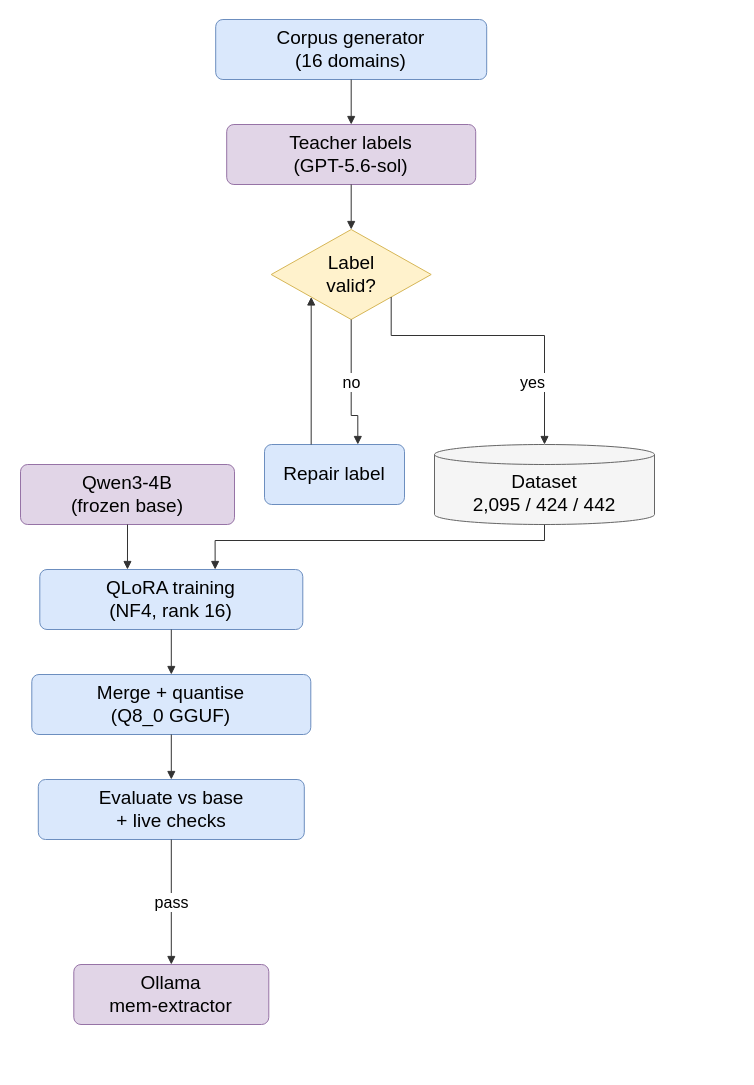
This is report/diagrams/module-5-model-training.drawio from aryaniyaps/sdp-2026, a draw.io file, before an edit. Source tidied: cells renumbered, new cells numbered last; positions are measured from the earlier drawing's top-left corner, leaving out a move shared by most shapes. Both pictures are drawn from the tidied source at 100%, with x=0, y=0 at pixel (20, 19).
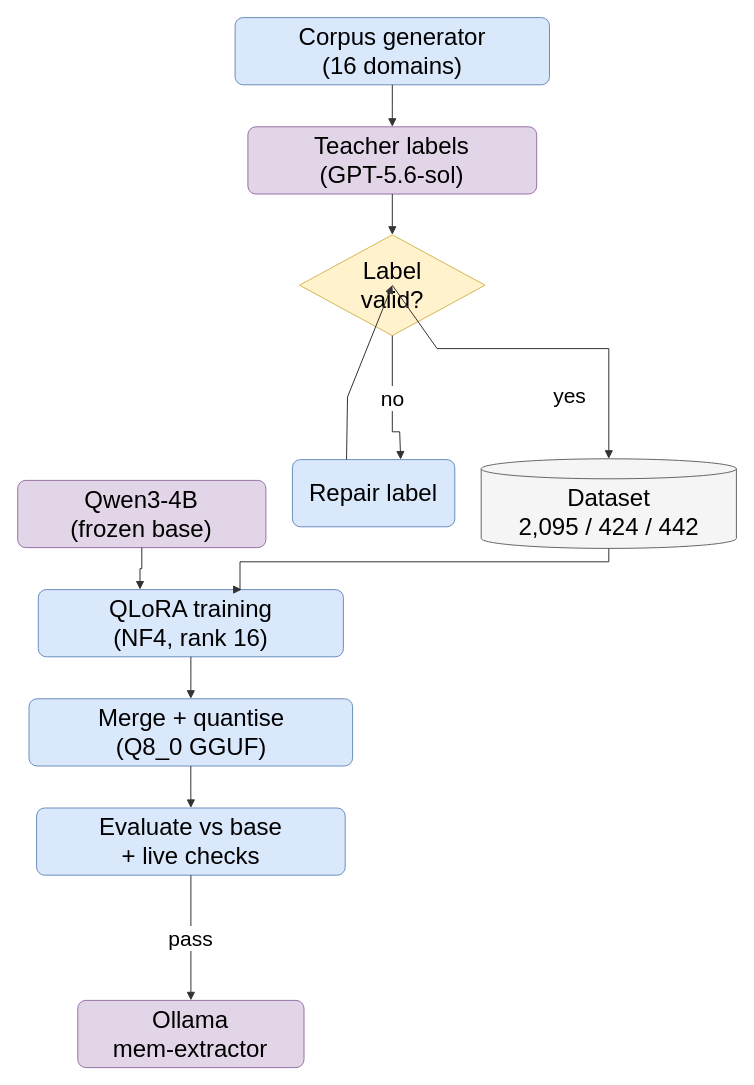
After the change.

The edit, as a diff of the source:
```diff
@@
-    <mxCell id="2" value="Corpus generator&lt;br&gt;(16 domains)" style="rounded=1;arcSize=12;fillColor=#dae8fc;strokeColor=#6c8ebf;fontSize=19;fontFamily=Helvetica;whiteSpace=wrap;html=1;" parent="1" vertex="1">
-      <mxGeometry x="195.2" width="271" height="60" as="geometry" />
+    <mxCell id="2" value="Corpus generator&lt;br&gt;(16 domains)" style="rounded=1;arcSize=12;fillColor=#dae8fc;strokeColor=#6c8ebf;fontSize=24;fontFamily=Helvetica;whiteSpace=wrap;html=1;" parent="1" vertex="1">
+      <mxGeometry x="214.6" y="-1.9" width="314.4" height="67.2" as="geometry" />
     </mxCell>
-    <mxCell id="3" value="Teacher labels&lt;br&gt;(GPT-5.6-sol)" style="rounded=1;arcSize=12;fillColor=#e1d5e7;strokeColor=#9673a6;fontSize=19;fontFamily=Helvetica;whiteSpace=wrap;html=1;" parent="1" vertex="1">
-      <mxGeometry x="206.2" y="105" width="249" height="60" as="geometry" />
+    <mxCell id="3" value="Teacher labels&lt;br&gt;(GPT-5.6-sol)" style="rounded=1;arcSize=12;fillColor=#e1d5e7;strokeColor=#9673a6;fontSize=24;fontFamily=Helvetica;whiteSpace=wrap;html=1;" parent="1" vertex="1">
+      <mxGeometry x="227.4" y="107.3" width="288.8" height="67.2" as="geometry" />
     </mxCell>
-    <mxCell id="4" value="Label&lt;br&gt;valid?" style="rhombus;fillColor=#fff2cc;strokeColor=#d6b656;fontSize=19;fontFamily=Helvetica;whiteSpace=wrap;html=1;" parent="1" vertex="1">
-      <mxGeometry x="250.7" y="210" width="160" height="90" as="geometry" />
+    <mxCell id="4" value="Label&lt;br&gt;valid?" style="rhombus;fillColor=#fff2cc;strokeColor=#d6b656;fontSize=24;fontFamily=Helvetica;whiteSpace=wrap;html=1;" parent="1" vertex="1">
+      <mxGeometry x="279" y="215.3" width="185.6" height="100.8" as="geometry" />
     </mxCell>
-    <mxCell id="5" value="Repair label" style="rounded=1;arcSize=12;fillColor=#dae8fc;strokeColor=#6c8ebf;fontSize=19;fontFamily=Helvetica;whiteSpace=wrap;html=1;" parent="1" vertex="1">
-      <mxGeometry x="244" y="425" width="140" height="60" as="geometry" />
+    <mxCell id="5" value="Repair label" style="rounded=1;arcSize=12;fillColor=#dae8fc;strokeColor=#6c8ebf;fontSize=24;fontFamily=Helvetica;whiteSpace=wrap;html=1;" parent="1" vertex="1">
+      <mxGeometry x="271.9" y="440.1" width="162.4" height="67.2" as="geometry" />
     </mxCell>
-    <mxCell id="6" value="Dataset&lt;br&gt;2,095 / 424 / 442" style="shape=cylinder3;boundedLbl=1;backgroundOutline=1;size=10;fillColor=#f5f5f5;strokeColor=#666666;fontSize=19;fontFamily=Helvetica;whiteSpace=wrap;html=1;" parent="1" vertex="1">
-      <mxGeometry x="414" y="425" width="220" height="80" as="geometry" />
+    <mxCell id="6" value="Dataset&lt;br&gt;2,095 / 424 / 442" style="shape=cylinder3;boundedLbl=1;backgroundOutline=1;size=10;fillColor=#f5f5f5;strokeColor=#666666;fontSize=24;fontFamily=Helvetica;whiteSpace=wrap;html=1;" parent="1" vertex="1">
+      <mxGeometry x="460.7" y="439.3" width="255.2" height="89.6" as="geometry" />
     </mxCell>
-    <mxCell id="7" value="Qwen3-4B&lt;br&gt;(frozen base)" style="rounded=1;arcSize=12;fillColor=#e1d5e7;strokeColor=#9673a6;fontSize=19;fontFamily=Helvetica;whiteSpace=wrap;html=1;" parent="1" vertex="1">
-      <mxGeometry y="445" width="214" height="60" as="geometry" />
+    <mxCell id="7" value="Qwen3-4B&lt;br&gt;(frozen base)" style="rounded=1;arcSize=12;fillColor=#e1d5e7;strokeColor=#9673a6;fontSize=24;fontFamily=Helvetica;whiteSpace=wrap;html=1;" parent="1" vertex="1">
+      <mxGeometry x="-2.8" y="460.9" width="248.2" height="67.2" as="geometry" />
     </mxCell>
-    <mxCell id="8" value="QLoRA training&lt;br&gt;(NF4, rank 16)" style="rounded=1;arcSize=12;fillColor=#dae8fc;strokeColor=#6c8ebf;fontSize=19;fontFamily=Helvetica;whiteSpace=wrap;html=1;" parent="1" vertex="1">
-      <mxGeometry x="19.3" y="550" width="263" height="60" as="geometry" />
+    <mxCell id="8" value="QLoRA training&lt;br&gt;(NF4, rank 16)" style="rounded=1;arcSize=12;fillColor=#dae8fc;strokeColor=#6c8ebf;fontSize=24;fontFamily=Helvetica;whiteSpace=wrap;html=1;" parent="1" vertex="1">
+      <mxGeometry x="17.8" y="570.1" width="305.1" height="67.2" as="geometry" />
     </mxCell>
-    <mxCell id="9" value="Merge + quantise&lt;br&gt;(Q8_0 GGUF)" style="rounded=1;arcSize=12;fillColor=#dae8fc;strokeColor=#6c8ebf;fontSize=19;fontFamily=Helvetica;whiteSpace=wrap;html=1;" parent="1" vertex="1">
-      <mxGeometry x="11.3" y="655" width="279" height="60" as="geometry" />
+    <mxCell id="9" value="Merge + quantise&lt;br&gt;(Q8_0 GGUF)" style="rounded=1;arcSize=12;fillColor=#dae8fc;strokeColor=#6c8ebf;fontSize=24;fontFamily=Helvetica;whiteSpace=wrap;html=1;" parent="1" vertex="1">
+      <mxGeometry x="8.5" y="679.3" width="323.6" height="67.2" as="geometry" />
     </mxCell>
-    <mxCell id="10" value="Evaluate vs base&lt;br&gt;+ live checks" style="rounded=1;arcSize=12;fillColor=#dae8fc;strokeColor=#6c8ebf;fontSize=19;fontFamily=Helvetica;whiteSpace=wrap;html=1;" parent="1" vertex="1">
-      <mxGeometry x="17.8" y="760" width="266" height="60" as="geometry" />
+    <mxCell id="10" value="Evaluate vs base&lt;br&gt;+ live checks" style="rounded=1;arcSize=12;fillColor=#dae8fc;strokeColor=#6c8ebf;fontSize=24;fontFamily=Helvetica;whiteSpace=wrap;html=1;" parent="1" vertex="1">
+      <mxGeometry x="16.1" y="788.5" width="308.6" height="67.2" as="geometry" />
     </mxCell>
-    <mxCell id="11" value="Ollama&lt;br&gt;mem-extractor" style="rounded=1;arcSize=12;fillColor=#e1d5e7;strokeColor=#9673a6;fontSize=19;fontFamily=Helvetica;whiteSpace=wrap;html=1;" parent="1" vertex="1">
-      <mxGeometry x="53.3" y="945" width="195" height="60" as="geometry" />
+    <mxCell id="11" value="Ollama&lt;br&gt;mem-extractor" style="rounded=1;arcSize=12;fillColor=#e1d5e7;strokeColor=#9673a6;fontSize=24;fontFamily=Helvetica;whiteSpace=wrap;html=1;" parent="1" vertex="1">
+      <mxGeometry x="57.3" y="980.9" width="226.2" height="67.2" as="geometry" />
     </mxCell>
-    <mxCell id="12" style="rounded=0;html=1;endArrow=block;endFill=1;strokeColor=#333333;fontSize=16;labelBackgroundColor=#ffffff;exitX=0.5;exitY=1;entryX=0.5;entryY=0;edgeStyle=orthogonalEdgeStyle;" parent="1" edge="1" source="2" target="3">
+    <mxCell id="12" style="rounded=0;html=1;endArrow=block;endFill=1;strokeColor=#333333;fontSize=21;labelBackgroundColor=#ffffff;exitX=0.5;exitY=1;entryX=0.5;entryY=0;edgeStyle=orthogonalEdgeStyle;" parent="1" edge="1" source="2" target="3">
       <mxGeometry relative="1" as="geometry">
         <Array as="points">
-          <mxPoint x="330.7" y="82.5" />
+          <mxPoint x="371.8" y="86.3" />
         </Array>
       </mxGeometry>
     </mxCell>
-    <mxCell id="13" style="rounded=0;html=1;endArrow=block;endFill=1;strokeColor=#333333;fontSize=16;labelBackgroundColor=#ffffff;exitX=0.5;exitY=1;entryX=0.5;entryY=0;edgeStyle=orthogonalEdgeStyle;" parent="1" edge="1" source="3" target="4">
+    <mxCell id="13" style="rounded=0;html=1;endArrow=block;endFill=1;strokeColor=#333333;fontSize=21;labelBackgroundColor=#ffffff;exitX=0.5;exitY=1;entryX=0.5;entryY=0;edgeStyle=orthogonalEdgeStyle;" parent="1" edge="1" source="3" target="4">
       <mxGeometry relative="1" as="geometry">
         <Array as="points">
-          <mxPoint x="330.7" y="187.5" />
+          <mxPoint x="371.8" y="195.5" />
         </Array>
       </mxGeometry>
     </mxCell>
-    <mxCell id="14" value="yes" style="rounded=0;html=1;endArrow=block;endFill=1;strokeColor=#333333;fontSize=16;labelBackgroundColor=#ffffff;noEdgeStyle=1;orthogonal=1;exitX=0.75;exitY=0.75;entryX=0.5;entryY=0;" parent="1" edge="1" source="4" target="6">
+    <mxCell id="14" value="yes" style="rounded=0;html=1;endArrow=block;endFill=1;strokeColor=#333333;fontSize=21;labelBackgroundColor=#ffffff;noEdgeStyle=1;orthogonal=1;exitX=0.75;exitY=0.75;entryX=0.5;entryY=0;" parent="1" edge="1" source="4" target="6">
       <mxGeometry relative="1" as="geometry">
         <Array as="points">
-          <mxPoint x="370.7" y="316" />
-          <mxPoint x="524" y="316" />
+          <mxPoint x="416.6" y="329.1" />
+          <mxPoint x="588.3" y="329.1" />
         </Array>
         <mxPoint x="30.2" y="46.5" as="offset" />
       </mxGeometry>
     </mxCell>
-    <mxCell id="15" value="no" style="rounded=0;html=1;endArrow=block;endFill=1;strokeColor=#333333;fontSize=16;labelBackgroundColor=#ffffff;exitX=0.5;exitY=1;entryX=0.6666;entryY=0;edgeStyle=orthogonalEdgeStyle;" parent="1" edge="1" source="4" target="5">
+    <mxCell id="15" value="no" style="rounded=0;html=1;endArrow=block;endFill=1;strokeColor=#333333;fontSize=21;labelBackgroundColor=#ffffff;exitX=0.5;exitY=1;entryX=0.6666;entryY=0;edgeStyle=orthogonalEdgeStyle;" parent="1" edge="1" source="4" target="5">
       <mxGeometry relative="1" as="geometry">
         <Array as="points">
-          <mxPoint x="330.7" y="396" />
-          <mxPoint x="337.3" y="396" />
+          <mxPoint x="371.8" y="412.3" />
+          <mxPoint x="379.2" y="412.3" />
         </Array>
         <mxPoint y="-3.3" as="offset" />
       </mxGeometry>
     </mxCell>
-    <mxCell id="16" style="rounded=0;html=1;endArrow=block;endFill=1;strokeColor=#333333;fontSize=16;labelBackgroundColor=#ffffff;noEdgeStyle=1;orthogonal=1;exitX=0.3334;exitY=0;entryX=0.25;entryY=0.75;" parent="1" edge="1" source="5" target="4">
+    <mxCell id="16" style="rounded=0;html=1;endArrow=block;endFill=1;strokeColor=#333333;fontSize=21;labelBackgroundColor=#ffffff;noEdgeStyle=1;orthogonal=1;exitX=0.3334;exitY=0;entryX=0.25;entryY=0.75;" parent="1" edge="1" source="5" target="4">
       <mxGeometry relative="1" as="geometry">
         <Array as="points">
-          <mxPoint x="290.7" y="362.5" />
+          <mxPoint x="327" y="377.5" />
         </Array>
       </mxGeometry>
     </mxCell>
-    <mxCell id="17" style="rounded=0;html=1;endArrow=block;endFill=1;strokeColor=#333333;fontSize=16;labelBackgroundColor=#ffffff;exitX=0.5;exitY=1;entryX=0.6667;entryY=0;edgeStyle=orthogonalEdgeStyle;" parent="1" edge="1" source="6" target="8">
+    <mxCell id="17" style="rounded=0;html=1;endArrow=block;endFill=1;strokeColor=#333333;fontSize=21;labelBackgroundColor=#ffffff;exitX=0.5;exitY=1;entryX=0.6667;entryY=0;edgeStyle=orthogonalEdgeStyle;" parent="1" edge="1" source="6" target="8">
       <mxGeometry relative="1" as="geometry">
         <Array as="points">
-          <mxPoint x="524" y="521" />
-          <mxPoint x="194.7" y="521" />
+          <mxPoint x="588.3" y="542.3" />
+          <mxPoint x="219.5" y="542.3" />
         </Array>
       </mxGeometry>
     </mxCell>
-    <mxCell id="18" style="rounded=0;html=1;endArrow=block;endFill=1;strokeColor=#333333;fontSize=16;labelBackgroundColor=#ffffff;exitX=0.5;exitY=1;entryX=0.3333;entryY=0;edgeStyle=orthogonalEdgeStyle;" parent="1" edge="1" source="7" target="8">
+    <mxCell id="18" style="rounded=0;html=1;endArrow=block;endFill=1;strokeColor=#333333;fontSize=21;labelBackgroundColor=#ffffff;exitX=0.5;exitY=1;entryX=0.3333;entryY=0;edgeStyle=orthogonalEdgeStyle;" parent="1" edge="1" source="7" target="8">
       <mxGeometry relative="1" as="geometry">
         <Array as="points">
-          <mxPoint x="107" y="527.5" />
+          <mxPoint x="121.3" y="549.1" />
         </Array>
       </mxGeometry>
     </mxCell>
-    <mxCell id="19" style="rounded=0;html=1;endArrow=block;endFill=1;strokeColor=#333333;fontSize=16;labelBackgroundColor=#ffffff;exitX=0.5;exitY=1;entryX=0.5;entryY=0;edgeStyle=orthogonalEdgeStyle;" parent="1" edge="1" source="8" target="9">
+    <mxCell id="19" style="rounded=0;html=1;endArrow=block;endFill=1;strokeColor=#333333;fontSize=21;labelBackgroundColor=#ffffff;exitX=0.5;exitY=1;entryX=0.5;entryY=0;edgeStyle=orthogonalEdgeStyle;" parent="1" edge="1" source="8" target="9">
       <mxGeometry relative="1" as="geometry">
         <Array as="points">
-          <mxPoint x="150.8" y="632.5" />
+          <mxPoint x="170.4" y="658.3" />
         </Array>
       </mxGeometry>
     </mxCell>
-    <mxCell id="20" style="rounded=0;html=1;endArrow=block;endFill=1;strokeColor=#333333;fontSize=16;labelBackgroundColor=#ffffff;exitX=0.5;exitY=1;entryX=0.5;entryY=0;edgeStyle=orthogonalEdgeStyle;" parent="1" edge="1" source="9" target="10">
+    <mxCell id="20" style="rounded=0;html=1;endArrow=block;endFill=1;strokeColor=#333333;fontSize=21;labelBackgroundColor=#ffffff;exitX=0.5;exitY=1;entryX=0.5;entryY=0;edgeStyle=orthogonalEdgeStyle;" parent="1" edge="1" source="9" target="10">
       <mxGeometry relative="1" as="geometry">
         <Array as="points">
-          <mxPoint x="150.8" y="737.5" />
+          <mxPoint x="170.4" y="767.5" />
         </Array>
       </mxGeometry>
     </mxCell>
-    <mxCell id="21" value="pass" style="rounded=0;html=1;endArrow=block;endFill=1;strokeColor=#333333;fontSize=16;labelBackgroundColor=#ffffff;exitX=0.5;exitY=1;entryX=0.5;entryY=0;edgeStyle=orthogonalEdgeStyle;" parent="1" edge="1" source="10" target="11">
+    <mxCell id="21" value="pass" style="rounded=0;html=1;endArrow=block;endFill=1;strokeColor=#333333;fontSize=21;labelBackgroundColor=#ffffff;exitX=0.5;exitY=1;entryX=0.5;entryY=0;edgeStyle=orthogonalEdgeStyle;" parent="1" edge="1" source="10" target="11">
       <mxGeometry relative="1" as="geometry">
         <Array as="points">
-          <mxPoint x="150.8" y="882.5" />
+          <mxPoint x="170.4" y="918.3" />
         </Array>
       </mxGeometry>
     </mxCell>
```
